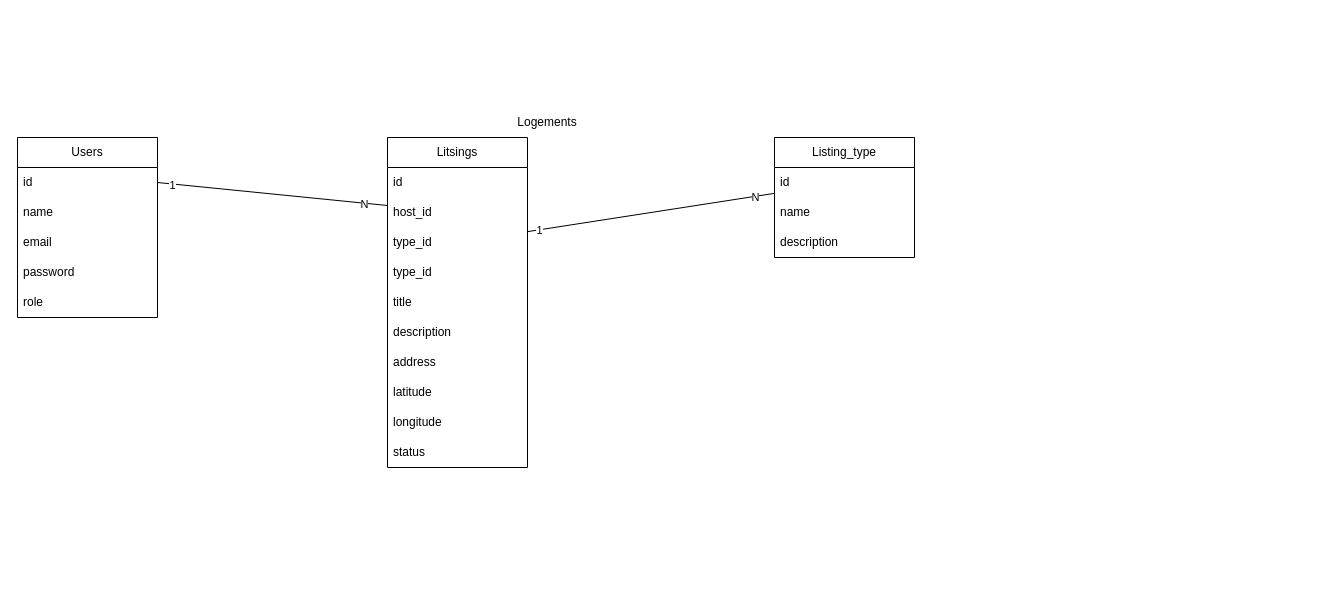
Earlier version of the draw.io diagram Annuaire.drawio (Arsene-Faly/Modelisation_bdd). Source tidied: cells renumbered, new cells numbered last; positions are measured from the earlier drawing's top-left corner, leaving out a move shared by most shapes. Both pictures are drawn from the tidied source at 100%, with x=0, y=0 at pixel (17, 107).
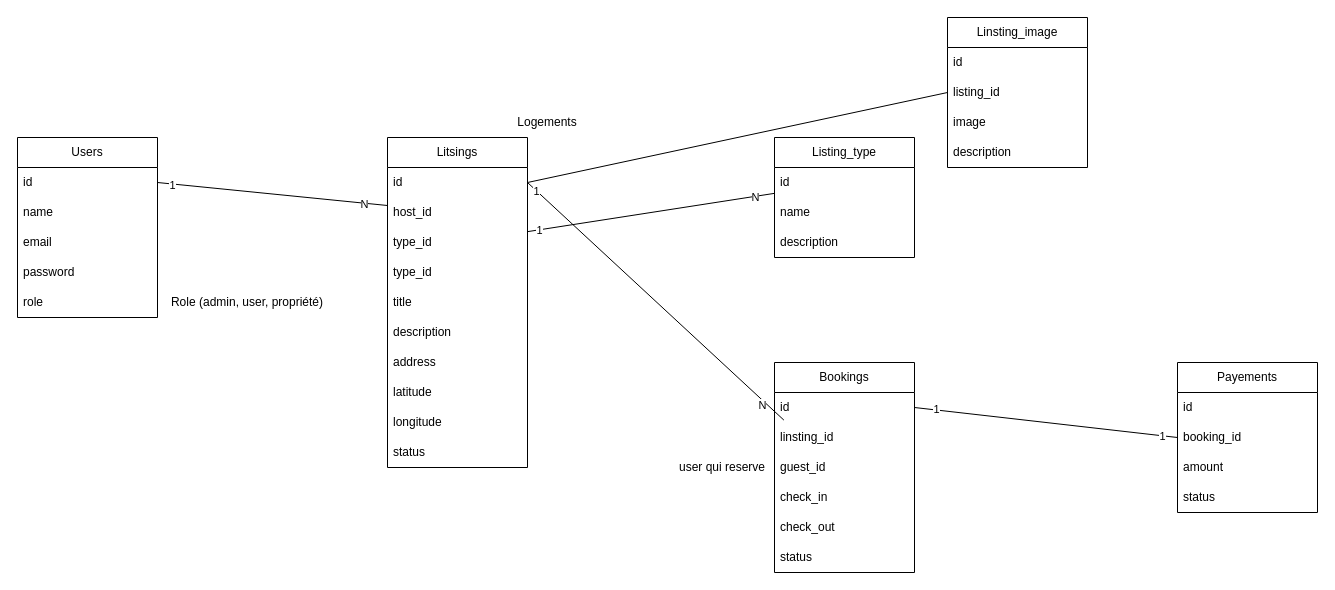
Above is the later version.

Commit message:
Mettre à jour Annuaire.drawio

Unchanged cells that the change refers to:
```xml
<mxCell id="9" value="id" style="text;strokeColor=none;fillColor=none;align=left;verticalAlign=middle;spacingLeft=4;spacingRight=4;overflow=hidden;points=[[0,0.5],[1,0.5]];portConstraint=eastwest;whiteSpace=wrap;html=1;" parent="8" vertex="1">
  <mxGeometry y="30" width="140" height="30" as="geometry" />
</mxCell>
```

Change to the diagram source:
```diff
@@
+    <mxCell id="30" value="Bookings" style="swimlane;fontStyle=0;horizontal=1;startSize=30;whiteSpace=wrap;html=1;" parent="1" vertex="1">
+      <mxGeometry x="757" y="255" width="140" height="210" as="geometry" />
+    </mxCell>
+    <mxCell id="31" value="id" style="text;strokeColor=none;fillColor=none;align=left;verticalAlign=middle;spacingLeft=4;spacingRight=4;overflow=hidden;points=[[0,0.5],[1,0.5]];portConstraint=eastwest;whiteSpace=wrap;html=1;" parent="30" vertex="1">
+      <mxGeometry y="30" width="140" height="30" as="geometry" />
+    </mxCell>
+    <mxCell id="32" value="linsting_id" style="text;strokeColor=none;fillColor=none;align=left;verticalAlign=middle;spacingLeft=4;spacingRight=4;overflow=hidden;whiteSpace=wrap;html=1;" parent="30" vertex="1">
+      <mxGeometry y="60" width="140" height="30" as="geometry" />
+    </mxCell>
+    <mxCell id="33" value="guest_id" style="text;strokeColor=none;fillColor=none;align=left;verticalAlign=middle;spacingLeft=4;spacingRight=4;overflow=hidden;whiteSpace=wrap;html=1;" parent="30" vertex="1">
+      <mxGeometry y="90" width="140" height="30" as="geometry" />
+    </mxCell>
+    <mxCell id="34" value="check_in" style="text;strokeColor=none;fillColor=none;align=left;verticalAlign=middle;spacingLeft=4;spacingRight=4;overflow=hidden;whiteSpace=wrap;html=1;" parent="30" vertex="1">
+      <mxGeometry y="120" width="140" height="30" as="geometry" />
+    </mxCell>
+    <mxCell id="35" value="check_out" style="text;strokeColor=none;fillColor=none;align=left;verticalAlign=middle;spacingLeft=4;spacingRight=4;overflow=hidden;whiteSpace=wrap;html=1;" parent="30" vertex="1">
+      <mxGeometry y="150" width="140" height="30" as="geometry" />
+    </mxCell>
+    <mxCell id="36" value="status" style="text;strokeColor=none;fillColor=none;align=left;verticalAlign=middle;spacingLeft=4;spacingRight=4;overflow=hidden;whiteSpace=wrap;html=1;" parent="30" vertex="1">
+      <mxGeometry y="180" width="140" height="30" as="geometry" />
+    </mxCell>
+    <mxCell id="37" style="endArrow=none;html=1;rounded=0;exitX=1;exitY=0.5;exitDx=0;exitDy=0;entryX=0.067;entryY=0.92;entryDx=0;entryDy=0;entryPerimeter=0;" parent="1" edge="1" source="9" target="31">
+      <mxGeometry relative="1" as="geometry" />
+    </mxCell>
+    <mxCell id="38" value="1" style="edgeLabel;html=1;align=center;verticalAlign=middle;" parent="37" vertex="1">
+      <mxGeometry x="-0.93" relative="1" as="geometry" />
+    </mxCell>
+    <mxCell id="39" value="N" style="edgeLabel;html=1;align=center;verticalAlign=middle;" parent="37" vertex="1">
+      <mxGeometry x="0.85" y="-4" relative="1" as="geometry" />
+    </mxCell>
+    <mxCell id="40" value="user qui reserve" style="text;html=1;whiteSpace=wrap;strokeColor=none;fillColor=none;align=center;verticalAlign=middle;rounded=0;" parent="1" vertex="1">
+      <mxGeometry x="660" y="345" width="90" height="30" as="geometry" />
+    </mxCell>
+    <mxCell id="41" value="Payements" style="swimlane;fontStyle=0;horizontal=1;startSize=30;whiteSpace=wrap;html=1;" parent="1" vertex="1">
+      <mxGeometry x="1160" y="255" width="140" height="150" as="geometry" />
+    </mxCell>
+    <mxCell id="42" value="id" style="text;strokeColor=none;fillColor=none;align=left;verticalAlign=middle;spacingLeft=4;spacingRight=4;overflow=hidden;whiteSpace=wrap;html=1;" parent="41" vertex="1">
+      <mxGeometry y="30" width="140" height="30" as="geometry" />
+    </mxCell>
+    <mxCell id="43" value="booking_id" style="text;strokeColor=none;fillColor=none;align=left;verticalAlign=middle;spacingLeft=4;spacingRight=4;overflow=hidden;points=[[0,0.5],[1,0.5]];portConstraint=eastwest;whiteSpace=wrap;html=1;" parent="41" vertex="1">
+      <mxGeometry y="60" width="140" height="30" as="geometry" />
+    </mxCell>
+    <mxCell id="44" value="amount" style="text;strokeColor=none;fillColor=none;align=left;verticalAlign=middle;spacingLeft=4;spacingRight=4;overflow=hidden;whiteSpace=wrap;html=1;" parent="41" vertex="1">
+      <mxGeometry y="90" width="140" height="30" as="geometry" />
+    </mxCell>
+    <mxCell id="45" value="status" style="text;strokeColor=none;fillColor=none;align=left;verticalAlign=middle;spacingLeft=4;spacingRight=4;overflow=hidden;whiteSpace=wrap;html=1;" parent="41" vertex="1">
+      <mxGeometry y="120" width="140" height="30" as="geometry" />
+    </mxCell>
+    <mxCell id="46" style="endArrow=none;html=1;rounded=0;entryX=0;entryY=0.5;entryDx=0;entryDy=0;exitX=1;exitY=0.5;exitDx=0;exitDy=0;" parent="1" edge="1" source="31" target="43">
+      <mxGeometry relative="1" as="geometry" />
+    </mxCell>
+    <mxCell id="47" value="1" style="edgeLabel;html=1;align=center;verticalAlign=middle;" parent="46" vertex="1">
+      <mxGeometry x="-0.83" y="1" relative="1" as="geometry" />
+    </mxCell>
+    <mxCell id="48" value="1" style="edgeLabel;html=1;align=center;verticalAlign=middle;" parent="46" vertex="1">
+      <mxGeometry x="0.88" relative="1" as="geometry" />
+    </mxCell>
+    <mxCell id="49" value="Linsting_image" style="swimlane;fontStyle=0;horizontal=1;startSize=30;whiteSpace=wrap;html=1;" parent="1" vertex="1">
+      <mxGeometry x="930" y="-90" width="140" height="150" as="geometry" />
+    </mxCell>
+    <mxCell id="50" value="id" style="text;strokeColor=none;fillColor=none;align=left;verticalAlign=middle;spacingLeft=4;spacingRight=4;overflow=hidden;whiteSpace=wrap;html=1;" parent="49" vertex="1">
+      <mxGeometry y="30" width="140" height="30" as="geometry" />
+    </mxCell>
+    <mxCell id="51" value="listing_id" style="text;strokeColor=none;fillColor=none;align=left;verticalAlign=middle;spacingLeft=4;spacingRight=4;overflow=hidden;points=[[0,0.5],[1,0.5]];portConstraint=eastwest;whiteSpace=wrap;html=1;" parent="49" vertex="1">
+      <mxGeometry y="60" width="140" height="30" as="geometry" />
+    </mxCell>
+    <mxCell id="52" value="image" style="text;strokeColor=none;fillColor=none;align=left;verticalAlign=middle;spacingLeft=4;spacingRight=4;overflow=hidden;whiteSpace=wrap;html=1;" parent="49" vertex="1">
+      <mxGeometry y="90" width="140" height="30" as="geometry" />
+    </mxCell>
+    <mxCell id="53" value="description" style="text;strokeColor=none;fillColor=none;align=left;verticalAlign=middle;spacingLeft=4;spacingRight=4;overflow=hidden;whiteSpace=wrap;html=1;" parent="49" vertex="1">
+      <mxGeometry y="120" width="140" height="30" as="geometry" />
+    </mxCell>
+    <mxCell id="54" style="endArrow=none;html=1;rounded=0;exitX=1;exitY=0.5;exitDx=0;exitDy=0;entryX=0;entryY=0.5;entryDx=0;entryDy=0;" parent="1" edge="1" source="9" target="51">
+      <mxGeometry relative="1" as="geometry" />
+    </mxCell>
+    <mxCell id="55" value="Role (admin, user, propriété)" style="text;html=1;whiteSpace=wrap;strokeColor=none;fillColor=none;align=center;verticalAlign=middle;rounded=0;" parent="1" vertex="1">
+      <mxGeometry x="150" y="180" width="160" height="30" as="geometry" />
+    </mxCell>
```
